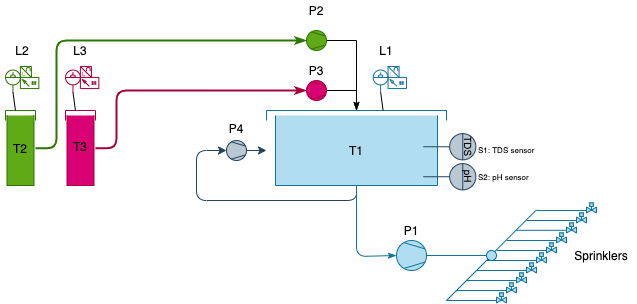
The draw.io diagram iot_nodes/_static/water_tank_arch.png in One-Green/doc, before a commit. Source tidied: cells renumbered, new cells last; positions are measured from the earlier drawing's top-left corner, leaving out a move shared by most shapes.
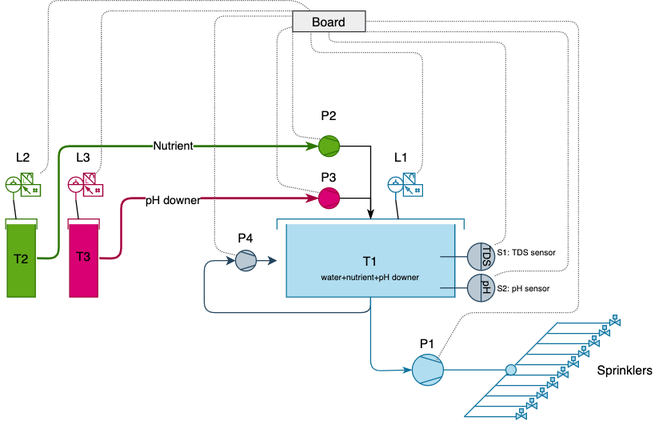
Above is the later version.

Commit message:
feat(draw.io/*, iot_devices/*): update flow and rst files

Change to the diagram source:
```diff
@@ -48,6 +48,11 @@
         </Array>
       </mxGeometry>
     </mxCell>
+    <mxCell id="71" value="pH downer" style="edgeLabel;html=1;align=center;verticalAlign=middle;" parent="14" vertex="1">
+      <mxGeometry x="-0.1" y="-1" relative="1" as="geometry">
+        <mxPoint x="7.9" y="0.9" as="offset" />
+      </mxGeometry>
+    </mxCell>
     <mxCell id="15" style="endArrow=classicThin;html=1;entryX=0;entryY=0.5;entryDx=0;entryDy=0;entryPerimeter=0;endFill=1;fillColor=#60a917;strokeColor=#2D7600;strokeWidth=2;" parent="1" edge="1" source="3" target="6">
       <mxGeometry relative="1" as="geometry">
         <Array as="points">
@@ -56,6 +61,11 @@
         </Array>
       </mxGeometry>
     </mxCell>
+    <mxCell id="72" value="Nutrient" style="edgeLabel;html=1;align=center;verticalAlign=middle;" parent="15" vertex="1">
+      <mxGeometry x="0.13" y="2" relative="1" as="geometry">
+        <mxPoint x="25.9" y="2" as="offset" />
+      </mxGeometry>
+    </mxCell>
     <mxCell id="16" style="shape=mxgraph.pid.compressors_-_iso.compressor,_vacuum_pump;html=1;align=center;verticalLabelPosition=bottom;verticalAlign=top;dashed=0;fillColor=#bac8d3;strokeColor=#23445d;" parent="1" vertex="1">
       <mxGeometry x="226" y="140" width="20" height="20" as="geometry" />
     </mxCell>
@@ -128,7 +138,7 @@
       <mxGeometry x="216" y="117.5" width="40" height="20" as="geometry" />
     </mxCell>
     <mxCell id="35" value="&lt;font style=&quot;font-size: 8px&quot;&gt;S1: TDS sensor&lt;/font&gt;" style="text;html=1;strokeColor=none;fillColor=none;align=left;verticalAlign=middle;whiteSpace=wrap;rounded=0;" parent="1" vertex="1">
-      <mxGeometry x="476" y="137.5" width="80" height="20" as="geometry" />
+      <mxGeometry x="476" y="130" width="80" height="20" as="geometry" />
     </mxCell>
     <mxCell id="36" value="&lt;font style=&quot;font-size: 8px&quot;&gt;S2: pH sensor&lt;/font&gt;" style="text;html=1;strokeColor=none;fillColor=none;align=left;verticalAlign=middle;whiteSpace=wrap;rounded=0;" parent="1" vertex="1">
       <mxGeometry x="476" y="165" width="60" height="20" as="geometry" />
@@ -270,5 +280,88 @@
     <mxCell id="70" value="Sprinklers" style="text;html=1;strokeColor=none;fillColor=none;align=center;verticalAlign=middle;whiteSpace=wrap;rounded=0;" parent="1" vertex="1">
       <mxGeometry x="566" y="245" width="70" height="20" as="geometry" />
     </mxCell>
+    <mxCell id="73" value="Board" style="rounded=0;whiteSpace=wrap;html=1;strokeWidth=1;fillColor=#eeeeee;strokeColor=#36393d;" parent="1" vertex="1">
+      <mxGeometry x="281" y="-90" width="70" height="20" as="geometry" />
+    </mxCell>
+    <mxCell id="74" style="endArrow=none;dashed=1;html=1;dashPattern=1 1;strokeWidth=1;entryX=0.25;entryY=0;entryDx=0;entryDy=0;fillColor=#f5f5f5;strokeColor=#666666;gradientColor=#b3b3b3;" parent="1" edge="1" source="7" target="73">
+      <mxGeometry relative="1" as="geometry">
+        <Array as="points">
+          <mxPoint x="46" y="60" />
+          <mxPoint x="46" y="-100" />
+          <mxPoint x="226" y="-100" />
+          <mxPoint x="286" y="-100" />
+        </Array>
+      </mxGeometry>
+    </mxCell>
+    <mxCell id="75" style="endArrow=none;dashed=1;html=1;strokeWidth=1;dashPattern=1 1;entryX=0;entryY=0;entryDx=0;entryDy=0;fillColor=#f5f5f5;strokeColor=#666666;gradientColor=#b3b3b3;" parent="1" edge="1" source="12" target="73">
+      <mxGeometry relative="1" as="geometry">
+        <Array as="points">
+          <mxPoint x="97" y="60" />
+          <mxPoint x="97" y="-90" />
+        </Array>
+      </mxGeometry>
+    </mxCell>
+    <mxCell id="76" style="endArrow=none;dashed=1;html=1;dashPattern=1 1;strokeWidth=1;entryX=0.25;entryY=1;entryDx=0;entryDy=0;fillColor=#f5f5f5;strokeColor=#666666;gradientColor=#b3b3b3;" parent="1" edge="1" source="21" target="73">
+      <mxGeometry relative="1" as="geometry">
+        <Array as="points">
+          <mxPoint x="406" y="60" />
+          <mxPoint x="406" y="-50" />
+          <mxPoint x="299" y="-50" />
+        </Array>
+      </mxGeometry>
+    </mxCell>
+    <mxCell id="77" style="endArrow=none;dashed=1;html=1;dashPattern=1 1;strokeWidth=1;entryX=0.5;entryY=1;entryDx=0;entryDy=0;fillColor=#f5f5f5;strokeColor=#666666;gradientColor=#b3b3b3;" parent="1" edge="1" source="19" target="73">
+      <mxGeometry relative="1" as="geometry">
+        <Array as="points">
+          <mxPoint x="486" y="130" />
+          <mxPoint x="486" y="-60" />
+          <mxPoint x="316" y="-60" />
+        </Array>
+      </mxGeometry>
+    </mxCell>
+    <mxCell id="78" style="endArrow=none;dashed=1;html=1;dashPattern=1 1;strokeWidth=1;entryX=1;entryY=1;entryDx=0;entryDy=0;fillColor=#f5f5f5;strokeColor=#666666;gradientColor=#b3b3b3;" parent="1" edge="1" source="18" target="73">
+      <mxGeometry relative="1" as="geometry">
+        <Array as="points">
+          <mxPoint x="486" y="160" />
+          <mxPoint x="546" y="160" />
+          <mxPoint x="546" y="-70" />
+        </Array>
+      </mxGeometry>
+    </mxCell>
+    <mxCell id="79" style="endArrow=none;dashed=1;html=1;dashPattern=1 1;strokeWidth=1;exitX=0.171;exitY=0.171;exitDx=0;exitDy=0;exitPerimeter=0;entryX=0;entryY=1;entryDx=0;entryDy=0;fillColor=#f5f5f5;strokeColor=#666666;gradientColor=#b3b3b3;" parent="1" edge="1" source="6" target="73">
+      <mxGeometry relative="1" as="geometry">
+        <Array as="points">
+          <mxPoint x="281" y="30" />
+        </Array>
+      </mxGeometry>
+    </mxCell>
+    <mxCell id="80" style="endArrow=none;dashed=1;html=1;dashPattern=1 1;strokeWidth=1;exitX=0.086;exitY=0.243;exitDx=0;exitDy=0;exitPerimeter=0;entryX=0;entryY=0.75;entryDx=0;entryDy=0;fillColor=#f5f5f5;strokeColor=#666666;gradientColor=#b3b3b3;" parent="1" edge="1" source="10" target="73">
+      <mxGeometry relative="1" as="geometry">
+        <Array as="points">
+          <mxPoint x="266" y="77" />
+          <mxPoint x="266" y="-70" />
+        </Array>
+      </mxGeometry>
+    </mxCell>
+    <mxCell id="81" style="endArrow=none;dashed=1;html=1;dashPattern=1 1;strokeWidth=1;entryX=0.057;entryY=0.247;entryDx=0;entryDy=0;entryPerimeter=0;exitX=0;exitY=0.25;exitDx=0;exitDy=0;fillColor=#f5f5f5;strokeColor=#666666;gradientColor=#b3b3b3;" parent="1" edge="1" source="73" target="16">
+      <mxGeometry relative="1" as="geometry">
+        <Array as="points">
+          <mxPoint x="206" y="-85" />
+          <mxPoint x="206" y="140" />
+        </Array>
+      </mxGeometry>
+    </mxCell>
+    <mxCell id="82" style="endArrow=none;dashed=1;html=1;dashPattern=1 1;strokeWidth=1;exitX=0.752;exitY=0.238;exitDx=0;exitDy=0;exitPerimeter=0;entryX=1;entryY=0.5;entryDx=0;entryDy=0;fillColor=#f5f5f5;strokeColor=#666666;gradientColor=#b3b3b3;" parent="1" edge="1" source="4" target="73">
+      <mxGeometry relative="1" as="geometry">
+        <Array as="points">
+          <mxPoint x="446" y="200" />
+          <mxPoint x="556" y="200" />
+          <mxPoint x="556" y="-80" />
+        </Array>
+      </mxGeometry>
+    </mxCell>
+    <mxCell id="83" value="water+nutrient+pH downer" style="text;html=1;strokeColor=none;fillColor=none;align=center;verticalAlign=middle;whiteSpace=wrap;rounded=0;fontSize=8;" parent="1" vertex="1">
+      <mxGeometry x="306" y="157.5" width="100" height="17.5" as="geometry" />
+    </mxCell>
   </root>
 </mxGraphModel>
```
